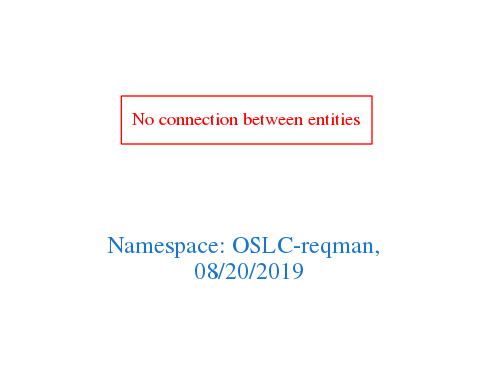
The Graphviz diagram downloads/OSLC-reqman.png in arago/OGIT, before a commit. Its source is kept beside it as downloads/OSLC-reqman.dot.
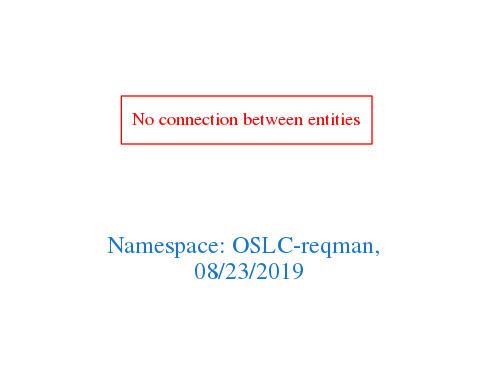
Later version of the same file.

What changed in the source:
```diff
@@ -1,7 +1,7 @@
 digraph OGIT_ontology {
  graph [ rankdir= LR,pad=1
 fontsize = 18,
-fontcolor= dodgerblue3,label = "\n\n\nNamespace: OSLC-reqman, \n 08/20/2019"];
+fontcolor= dodgerblue3,label = "\n\n\nNamespace: OSLC-reqman, \n 08/23/2019"];
 node[shape=polygon];
 edge [  color="gray81"];
 
```
